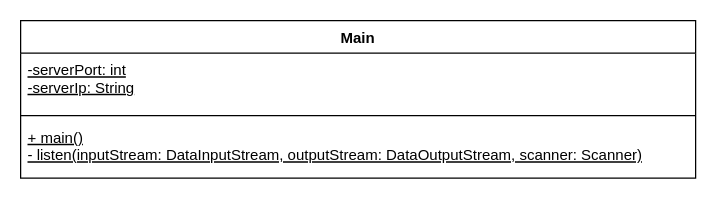
The draw.io diagram KlassendiagrammClient.drawio in FabioKron/Online-Immobilienportal, before the edit. Source tidied: cells renumbered, new cells numbered last; positions are measured from the earlier drawing's top-left corner, leaving out a move shared by most shapes. Both pictures are drawn from the tidied source at 125%, with x=0, y=0 at pixel (20, 20).
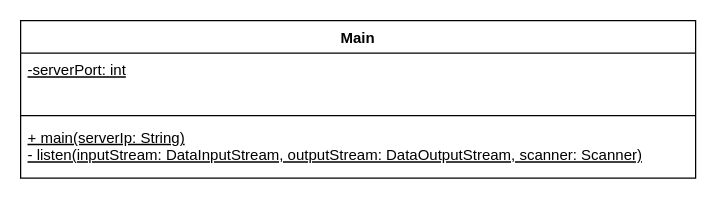
The same page after the edit.

Commit message (it also covers changes not shown here):
Verschieben der serverIP von Attribut zu Parameter von main() bei den Diagrammen des Clients Im Code wurde diese Änderung bereits umgesetzt

The edit, as a diff of the source:
```diff
@@
 <mxGraphModel>
   <root>
     <mxCell id="0" />
     <mxCell id="1" parent="0" />
     <mxCell id="2" value="Main" style="swimlane;fontStyle=1;align=center;verticalAlign=top;horizontal=1;startSize=26;" parent="1" vertex="1">
       <mxGeometry width="540" height="126" as="geometry" />
     </mxCell>
-    <mxCell id="3" value="-serverPort: int&#10;-serverIp: String" style="text;strokeColor=none;fillColor=none;align=left;verticalAlign=top;spacingLeft=4;spacingRight=4;overflow=hidden;fontStyle=4;" parent="2" vertex="1">
+    <mxCell id="3" value="-serverPort: int" style="text;strokeColor=none;fillColor=none;align=left;verticalAlign=top;spacingLeft=4;spacingRight=4;overflow=hidden;fontStyle=4;" parent="2" vertex="1">
       <mxGeometry y="26" width="540" height="46" as="geometry" />
     </mxCell>
     <mxCell id="4" style="line;strokeWidth=1;fillColor=none;align=left;verticalAlign=middle;spacingTop=-1;spacingLeft=3;spacingRight=3;labelPosition=right;" parent="2" vertex="1">
       <mxGeometry y="72" width="540" height="8" as="geometry" />
     </mxCell>
-    <mxCell id="5" value="+ main()&#10;- listen(inputStream: DataInputStream, outputStream: DataOutputStream, scanner: Scanner)&#10;" style="text;strokeColor=none;fillColor=none;align=left;verticalAlign=top;spacingLeft=4;spacingRight=4;overflow=hidden;fontStyle=4;" parent="2" vertex="1">
+    <mxCell id="5" value="+ main(serverIp: String)&#10;- listen(inputStream: DataInputStream, outputStream: DataOutputStream, scanner: Scanner)&#10;" style="text;strokeColor=none;fillColor=none;align=left;verticalAlign=top;spacingLeft=4;spacingRight=4;overflow=hidden;fontStyle=4;" parent="2" vertex="1">
       <mxGeometry y="80" width="540" height="46" as="geometry" />
     </mxCell>
   </root>
 </mxGraphModel>
```
